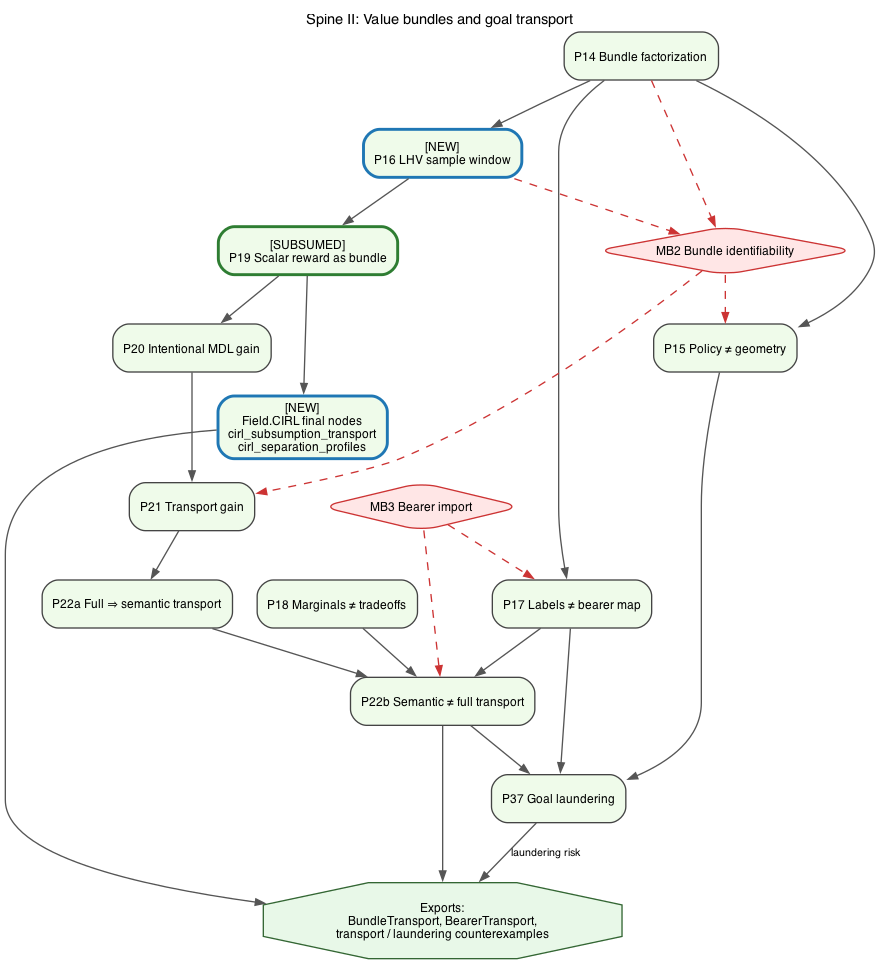
This is figures/lean_proof/02-value-transport.png from GunnarZarncke/towards-asi-alignment, a Graphviz export, as it was before one commit. Its source is kept beside it as context/lean_proof_graphs/02-value-transport.dot.
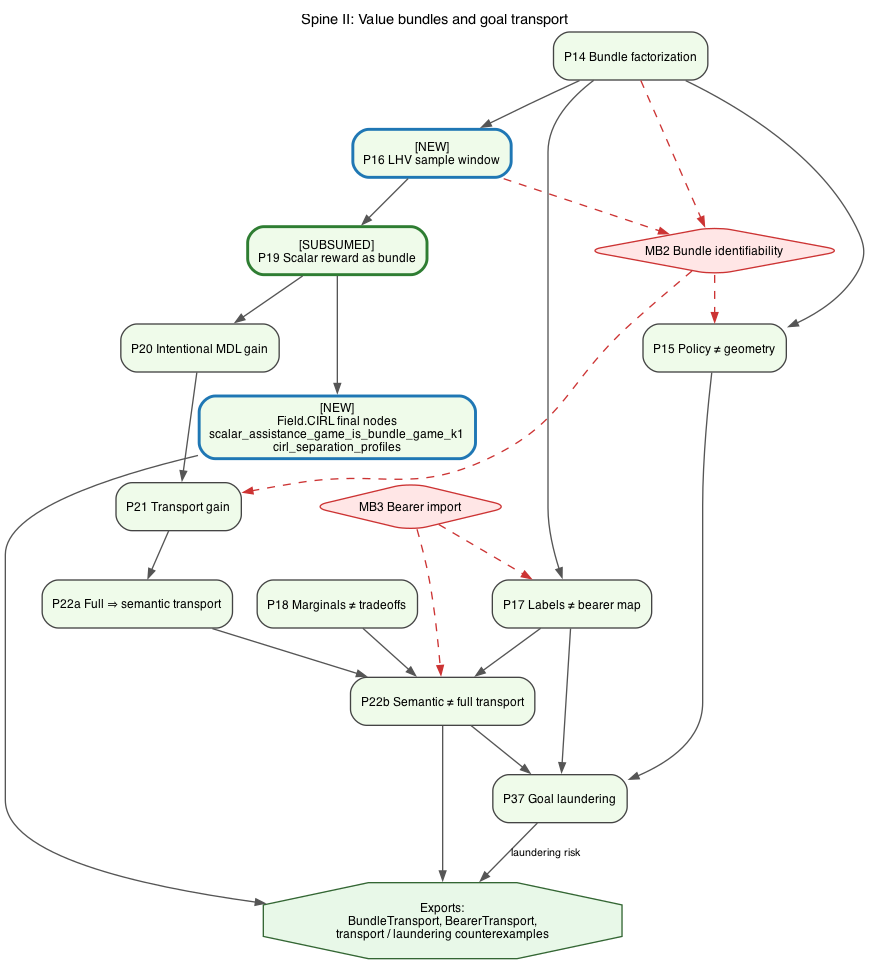
Later version of the same file.

What changed in the source:
```diff
@@ -18,7 +18,7 @@
   P17 [label="P17 Labels ≠ bearer map", fillcolor="#EFFBEA"];
   P18 [label="P18 Marginals ≠ tradeoffs", fillcolor="#EFFBEA"];
   P19 [label="[SUBSUMED]\nP19 Scalar reward as bundle", fillcolor="#EFFBEA", color="#2E7D32", penwidth=2.2];
-  FCIRL [label="[NEW]\nField.CIRL final nodes\ncirl_subsumption_transport\ncirl_separation_profiles", fillcolor="#EFFBEA", color="#1F77B4", penwidth=2.2];
+  FCIRL [label="[NEW]\nField.CIRL final nodes\nscalar_assistance_game_is_bundle_game_k1\ncirl_separation_profiles", fillcolor="#EFFBEA", color="#1F77B4", penwidth=2.2];
   P20 [label="P20 Intentional MDL gain", fillcolor="#EFFBEA"];
   P21 [label="P21 Transport gain", fillcolor="#EFFBEA"];
   P22a [label="P22a Full ⇒ semantic transport", fillcolor="#EFFBEA"];
```
